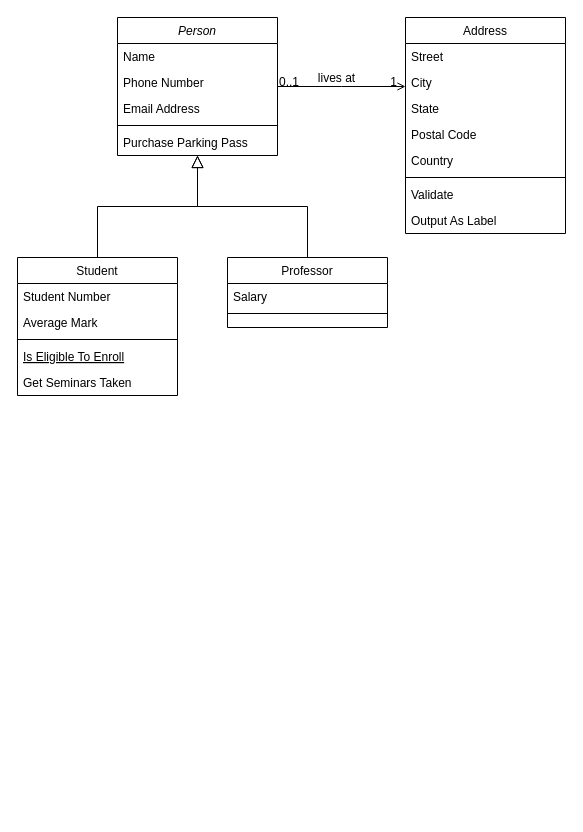
enigmaiiiiiiii/playground keeps this draw.io diagram as class-diagram.drawio. Above is the earlier version. Source tidied: cells renumbered, new cells numbered last; positions are measured from the earlier drawing's top-left corner, leaving out a move shared by most shapes. Both pictures are drawn from the tidied source at 100%, with x=0, y=0 at pixel (17, 17).
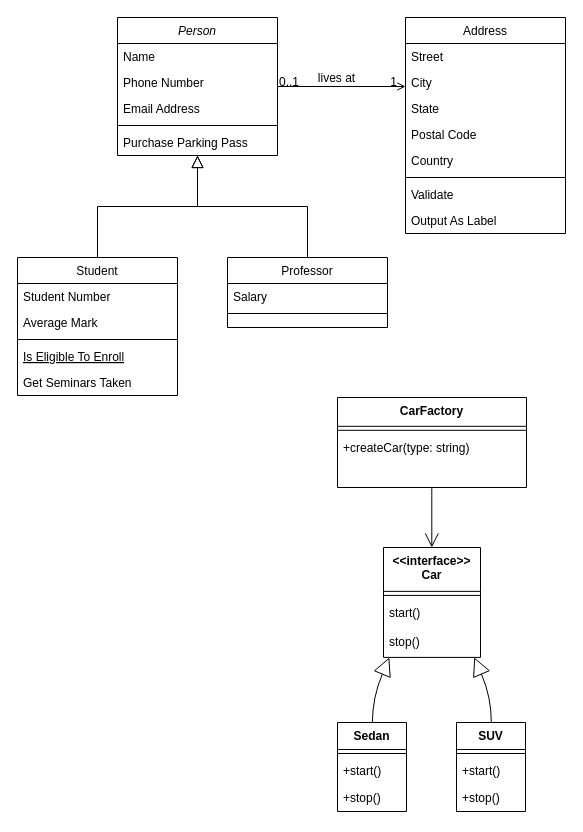
The same diagram, later.

Change to the diagram source:
```diff
@@
+    <mxCell id="32" value="&lt;&lt;interface&gt;&gt;&#10;Car" style="swimlane;fontStyle=1;align=center;verticalAlign=top;horizontal=1;startSize=43.875;" parent="1" vertex="1">
+      <mxGeometry x="366" y="530" width="97" height="109.9" as="geometry" />
+    </mxCell>
+    <mxCell id="33" style="line;strokeWidth=1;fillColor=none;align=left;verticalAlign=middle;spacingTop=-1;spacingLeft=3;spacingRight=3;labelPosition=right;strokeColor=inherit;" parent="32" vertex="1">
+      <mxGeometry y="43.9" width="97" height="8" as="geometry" />
+    </mxCell>
+    <mxCell id="34" value="start()" style="text;strokeColor=none;fillColor=none;align=left;verticalAlign=top;spacingLeft=4;spacingRight=4;overflow=hidden;" parent="32" vertex="1">
+      <mxGeometry y="51.9" width="97" height="29" as="geometry" />
+    </mxCell>
+    <mxCell id="35" value="stop()" style="text;strokeColor=none;fillColor=none;align=left;verticalAlign=top;spacingLeft=4;spacingRight=4;overflow=hidden;" parent="32" vertex="1">
+      <mxGeometry y="80.9" width="97" height="29" as="geometry" />
+    </mxCell>
+    <mxCell id="36" value="Sedan" style="swimlane;fontStyle=1;align=center;verticalAlign=top;horizontal=1;startSize=27;" parent="1" vertex="1">
+      <mxGeometry x="320" y="705" width="69" height="89" as="geometry" />
+    </mxCell>
+    <mxCell id="37" style="line;strokeWidth=1;fillColor=none;align=left;verticalAlign=middle;spacingTop=-1;spacingLeft=3;spacingRight=3;labelPosition=right;strokeColor=inherit;" parent="36" vertex="1">
+      <mxGeometry y="27" width="69" height="8" as="geometry" />
+    </mxCell>
+    <mxCell id="38" value="+start()" style="text;strokeColor=none;fillColor=none;align=left;verticalAlign=top;spacingLeft=4;spacingRight=4;overflow=hidden;" parent="36" vertex="1">
+      <mxGeometry y="35" width="69" height="27" as="geometry" />
+    </mxCell>
+    <mxCell id="39" value="+stop()" style="text;strokeColor=none;fillColor=none;align=left;verticalAlign=top;spacingLeft=4;spacingRight=4;overflow=hidden;" parent="36" vertex="1">
+      <mxGeometry y="62" width="69" height="27" as="geometry" />
+    </mxCell>
+    <mxCell id="40" value="SUV" style="swimlane;fontStyle=1;align=center;verticalAlign=top;horizontal=1;startSize=27;" parent="1" vertex="1">
+      <mxGeometry x="439" y="705" width="69" height="89" as="geometry" />
+    </mxCell>
+    <mxCell id="41" style="line;strokeWidth=1;fillColor=none;align=left;verticalAlign=middle;spacingTop=-1;spacingLeft=3;spacingRight=3;labelPosition=right;strokeColor=inherit;" parent="40" vertex="1">
+      <mxGeometry y="27" width="69" height="8" as="geometry" />
+    </mxCell>
+    <mxCell id="42" value="+start()" style="text;strokeColor=none;fillColor=none;align=left;verticalAlign=top;spacingLeft=4;spacingRight=4;overflow=hidden;" parent="40" vertex="1">
+      <mxGeometry y="35" width="69" height="27" as="geometry" />
+    </mxCell>
+    <mxCell id="43" value="+stop()" style="text;strokeColor=none;fillColor=none;align=left;verticalAlign=top;spacingLeft=4;spacingRight=4;overflow=hidden;" parent="40" vertex="1">
+      <mxGeometry y="62" width="69" height="27" as="geometry" />
+    </mxCell>
+    <mxCell id="44" value="CarFactory" style="swimlane;fontStyle=1;align=center;verticalAlign=top;horizontal=1;startSize=28.8;" parent="1" vertex="1">
+      <mxGeometry x="320" y="380" width="189" height="90" as="geometry" />
+    </mxCell>
+    <mxCell id="45" style="line;strokeWidth=1;fillColor=none;align=left;verticalAlign=middle;spacingTop=-1;spacingLeft=3;spacingRight=3;labelPosition=right;strokeColor=inherit;" parent="44" vertex="1">
+      <mxGeometry y="28.8" width="189" height="8" as="geometry" />
+    </mxCell>
+    <mxCell id="46" value="+createCar(type: string)" style="text;strokeColor=none;fillColor=none;align=left;verticalAlign=top;spacingLeft=4;spacingRight=4;overflow=hidden;" parent="44" vertex="1">
+      <mxGeometry y="36.8" width="189" height="53.2" as="geometry" />
+    </mxCell>
+    <mxCell id="47" style="curved=1;startArrow=block;startSize=16;startFill=0;endArrow=none;exitX=0.06018156296023561;exitY=1;entryX=0.5050384963768116;entryY=0;rounded=0;" parent="1" edge="1" source="32" target="36">
+      <mxGeometry relative="1" as="geometry">
+        <Array as="points">
+          <mxPoint x="355" y="680" />
+        </Array>
+      </mxGeometry>
+    </mxCell>
+    <mxCell id="48" style="curved=1;startArrow=block;startSize=16;startFill=0;endArrow=none;exitX=0.935952457658321;exitY=1;entryX=0.5040194746376812;entryY=0;rounded=0;" parent="1" edge="1" source="32" target="40">
+      <mxGeometry relative="1" as="geometry">
+        <Array as="points">
+          <mxPoint x="474" y="680" />
+        </Array>
+      </mxGeometry>
+    </mxCell>
+    <mxCell id="49" style="curved=1;startArrow=none;endArrow=open;endSize=12;exitX=0.4990079365079365;exitY=1;entryX=0.49806701030927836;entryY=0;rounded=0;" parent="1" edge="1" source="44" target="32">
+      <mxGeometry relative="1" as="geometry" />
+    </mxCell>
```
